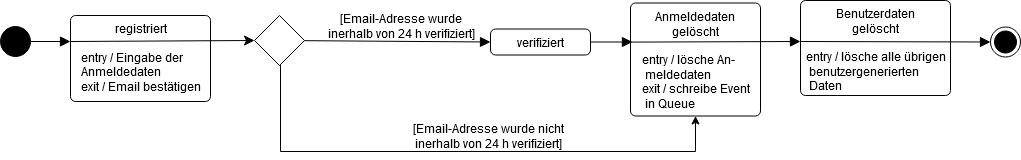
Before: Dokumente/Benutzerlebenszyklus/Benutzer Zustandsdiagramm.drawio.png, a diagram exported from draw.io (DavidFambach/Abgabe-ASE-Patientenakte). Source tidied: cells renumbered, new cells last; positions are measured from the earlier drawing's top-left corner, leaving out a move shared by most shapes.
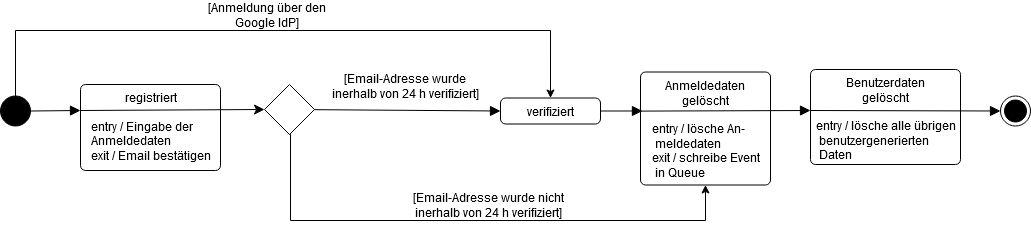
Later version of the same file.

Change to the diagram source:
```diff
@@ -3,7 +3,7 @@
     <mxCell id="0" />
     <mxCell id="1" parent="0" />
     <mxCell id="2" style="ellipse;fillColor=strokeColor;" parent="1" vertex="1">
-      <mxGeometry y="26" width="30" height="30" as="geometry" />
+      <mxGeometry x="-10" y="26.5" width="30" height="30" as="geometry" />
     </mxCell>
     <mxCell id="3" style="ellipse;html=1;shape=endState;fillColor=strokeColor;" parent="1" vertex="1">
       <mxGeometry x="990" y="26.5" width="30" height="30" as="geometry" />
@@ -44,6 +44,7 @@
     <mxCell id="13" style="edgeStyle=orthogonalEdgeStyle;rounded=0;jettySize=auto;html=1;startArrow=none;startFill=0;endArrow=classic;endFill=1;exitX=0.5;exitY=1;exitDx=0;exitDy=0;entryX=0.5;entryY=1;entryDx=0;entryDy=0;" parent="1" edge="1" source="14" target="6">
       <mxGeometry relative="1" as="geometry">
         <Array as="points">
+          <mxPoint x="280" y="65" />
           <mxPoint x="280" y="151" />
           <mxPoint x="695" y="151" />
         </Array>
@@ -58,13 +59,24 @@
       </mxGeometry>
     </mxCell>
     <mxCell id="16" value="[Email-Adresse wurde inerhalb von 24 h verifiziert]" style="text;html=1;strokeColor=none;fillColor=none;align=center;verticalAlign=middle;whiteSpace=wrap;rounded=0;" parent="1" vertex="1">
-      <mxGeometry x="326" y="11" width="150" height="30" as="geometry" />
+      <mxGeometry x="320" y="2.5" width="150" height="30" as="geometry" />
     </mxCell>
     <mxCell id="17" style="edgeStyle=orthogonalEdgeStyle;rounded=0;orthogonalLoop=1;jettySize=auto;html=1;exitX=0.5;exitY=1;exitDx=0;exitDy=0;startArrow=none;startFill=0;endArrow=classic;endFill=1;" parent="1" edge="1" source="14" target="14">
       <mxGeometry relative="1" as="geometry" />
     </mxCell>
     <mxCell id="18" value="[Email-Adresse wurde nicht inerhalb von 24 h verifiziert]" style="text;html=1;strokeColor=none;fillColor=none;align=center;verticalAlign=middle;whiteSpace=wrap;rounded=0;" parent="1" vertex="1">
-      <mxGeometry x="410" y="121" width="156" height="30" as="geometry" />
+      <mxGeometry x="400" y="121" width="156" height="30" as="geometry" />
     </mxCell>
+    <mxCell id="19" style="edgeStyle=orthogonalEdgeStyle;rounded=0;jettySize=auto;html=1;exitX=0.5;exitY=0;exitDx=0;exitDy=0;entryX=0.5;entryY=0;entryDx=0;entryDy=0;" parent="1" edge="1" source="2" target="4">
+      <mxGeometry relative="1" as="geometry">
+        <Array as="points">
+          <mxPoint x="5" y="-39" />
+          <mxPoint x="540" y="-39" />
+        </Array>
+      </mxGeometry>
+    </mxCell>
+    <mxCell id="20" value="[Anmeldung über den Google IdP]" style="text;html=1;strokeColor=none;fillColor=none;align=center;verticalAlign=middle;whiteSpace=wrap;rounded=0;" parent="1" vertex="1">
+      <mxGeometry x="194" y="-69" width="126" height="30" as="geometry" />
+    </mxCell>
   </root>
 </mxGraphModel>
```
